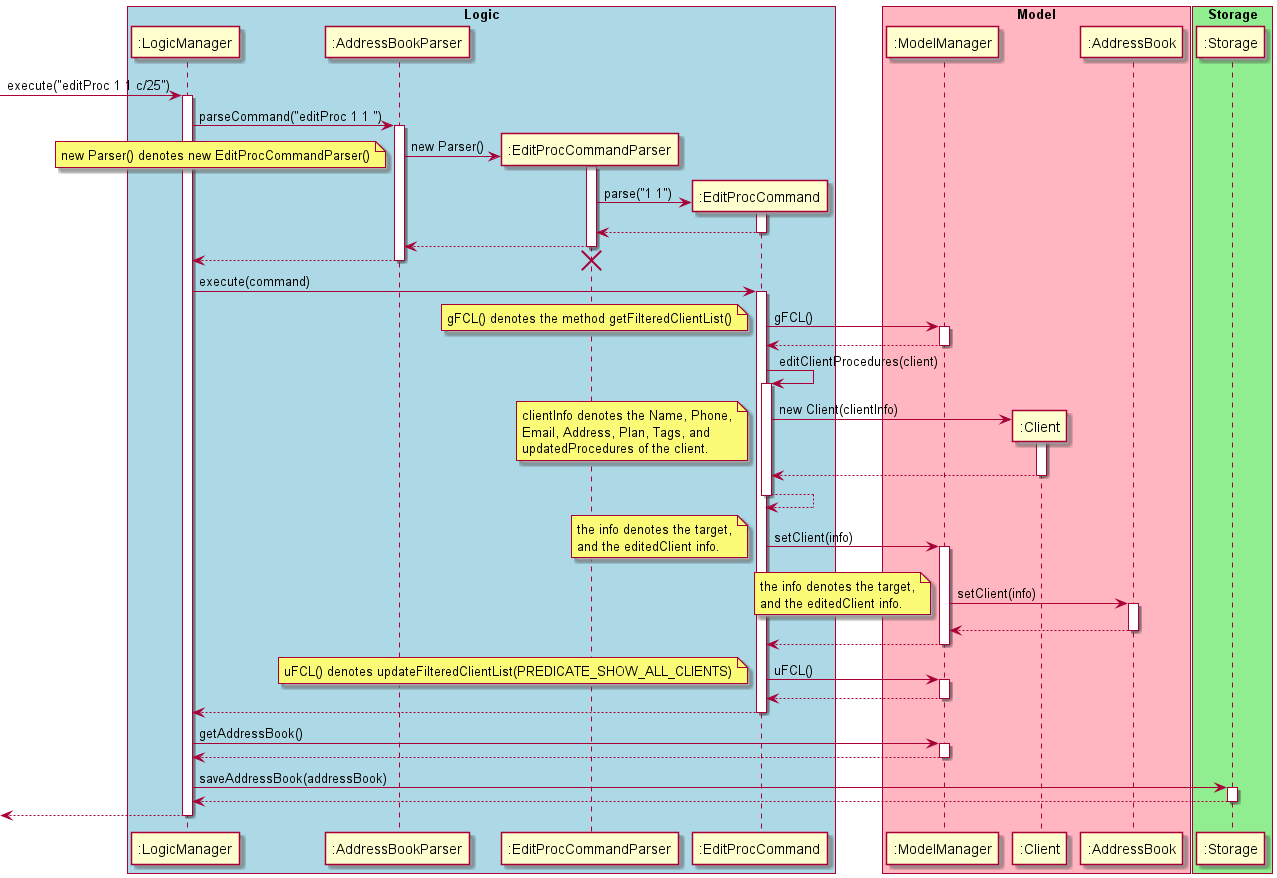
The PlantUML diagram docs/images/EditProcSequenceDiagram.png in robinrojh/tp, before a commit.
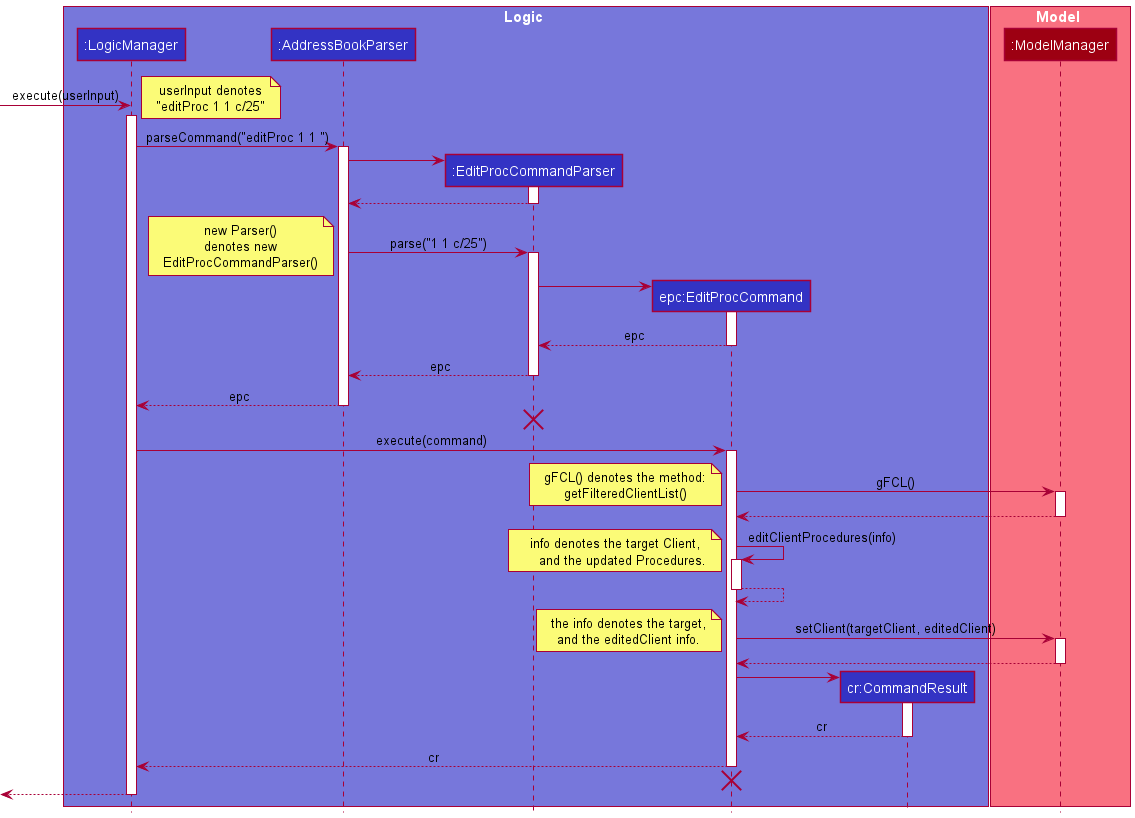
Above is the later version.

The edit, as a diff of the source:
```diff
@@ -1,98 +1,110 @@
 @startuml
+!include style.puml
+!define LOGIC_COLOR_T1 #7777DB
 
-box "Logic" #LightBlue
--> ":LogicManager" : execute("editProc 1 1 c/25")
-activate ":LogicManager"
-":LogicManager" -> ":AddressBookParser" : parseCommand("editProc 1 1 ")
-activate ":AddressBookParser"
+box Logic LOGIC_COLOR_T1
+participant ":LogicManager" as LogicManager LOGIC_COLOR
+participant ":AddressBookParser" as AddressBookParser LOGIC_COLOR
+participant ":EditProcCommandParser" as EditProcCommandParser LOGIC_COLOR
+participant "epc:EditProcCommand" as EditProcCommand LOGIC_COLOR
+participant "cr:CommandResult" as CommandResult LOGIC_COLOR
+end box
 
-create ":EditProcCommandParser"
-":AddressBookParser" -> ":EditProcCommandParser" : new Parser()
-activate ":EditProcCommandParser"
+box Model MODEL_COLOR_T1
+participant ":ModelManager" as ModelManager MODEL_COLOR
+end box
+
+create LogicManager
+-> LogicManager : execute(userInput)
 note left
-    new Parser() denotes new EditProcCommandParser()
+    userInput denotes
+    "editProc 1 1 c/25"
 end note
-deactivate ":EditProcCommandParser"
 
-create ":EditProcCommand"
-":EditProcCommandParser" -> ":EditProcCommand" : parse("1 1")
-activate ":EditProcCommand"
+activate LogicManager
+LogicManager -> AddressBookParser : parseCommand("editProc 1 1 ")
+activate AddressBookParser
 
-":EditProcCommand" --> ":EditProcCommandParser"
-deactivate ":EditProcCommand"
-":EditProcCommandParser" --> ":AddressBookParser"
-deactivate ":EditProcCommandParser"
-":AddressBookParser" --> ":LogicManager"
-destroy ":EditProcCommandParser"
-deactivate ":AddressBookParser"
-endbox
+create EditProcCommandParser
+AddressBookParser -> EditProcCommandParser
+activate EditProcCommandParser
+EditProcCommandParser --> AddressBookParser
+deactivate EditProcCommandParser
 
-box "Model" #LightPink
-":LogicManager" -> ":EditProcCommand" : execute(command)
-activate ":EditProcCommand"
-":EditProcCommand" -> ":ModelManager" : gFCL()
-activate ":ModelManager"
+AddressBookParser -> EditProcCommandParser : parse("1 1 c/25")
+activate EditProcCommandParser
+
+
 note left
-    gFCL() denotes the method getFilteredClientList()
+    new Parser()
+    denotes new
+    EditProcCommandParser()
 end note
-":ModelManager" --> ":EditProcCommand"
-deactivate ":ModelManager"
-":EditProcCommand" -> ":EditProcCommand" : editClientProcedures(client)
 
-activate ":EditProcCommand"
-create ":Client"
-":EditProcCommand" -> ":Client" : new Client(clientInfo)
-activate ":Client"
+
+create EditProcCommand
+EditProcCommandParser -> EditProcCommand
+
+activate EditProcCommand
+EditProcCommand --> EditProcCommandParser : epc
+deactivate EditProcCommand
+
+EditProcCommandParser --> AddressBookParser: epc
+deactivate EditProcCommandParser
+
+AddressBookParser --> LogicManager : epc
+deactivate AddressBookParser
+
+AddressBookParser -[hidden]-> LogicManager
+destroy EditProcCommandParser
+
+LogicManager -> EditProcCommand : execute(command)
+activate EditProcCommand
+
+EditProcCommand -> ModelManager : gFCL()
+activate ModelManager
+
 note left
-    clientInfo denotes the Name, Phone,
-    Email, Address, Plan, Tags, and
-    updatedProcedures of the client.
+    gFCL() denotes the method:
+    getFilteredClientList()
 end note
-":Client" --> ":EditProcCommand"
-deactivate ":Client"
-":EditProcCommand" --> ":EditProcCommand"
-deactivate ":EditProcCommand"
 
-":EditProcCommand" -> ":ModelManager" : setClient(info)
+ModelManager --> EditProcCommand
+deactivate ModelManager
+
+EditProcCommand -> EditProcCommand : editClientProcedures(info)
+note left
+    info denotes the target Client,
+        and the updated Procedures.
+end note
+activate EditProcCommand
+
+EditProcCommand --> EditProcCommand
+deactivate EditProcCommand
+
+EditProcCommand -> ModelManager : setClient(targetClient, editedClient)
 note left
     the info denotes the target,
     and the editedClient info.
 end note
-activate ":ModelManager"
-":ModelManager" -> ":AddressBook" : setClient(info)
-note left
-    the info denotes the target,
-    and the editedClient info.
-end note
-activate ":AddressBook"
-":AddressBook" --> ":ModelManager"
-deactivate ":AddressBook"
-":ModelManager" --> ":EditProcCommand"
-deactivate ":ModelManager"
-endbox
 
-box "Storage" #LightGreen
-":EditProcCommand" -> ":ModelManager" : uFCL()
-activate ":ModelManager"
-note left
-    uFCL() denotes updateFilteredClientList(PREDICATE_SHOW_ALL_CLIENTS)
-end note
-":ModelManager" --> ":EditProcCommand"
-deactivate ":ModelManager"
-":EditProcCommand" --> ":LogicManager"
-deactivate ":EditProcCommand"
+activate ModelManager
+ModelManager --> EditProcCommand
+deactivate ModelManager
 
-":LogicManager" -> ":ModelManager" : getAddressBook()
-activate ":ModelManager"
-":ModelManager" --> ":LogicManager"
-deactivate ":ModelManager"
+create CommandResult
+EditProcCommand -> CommandResult
+activate CommandResult
 
-":LogicManager" -> ":Storage" : saveAddressBook(addressBook)
-activate ":Storage"
-":Storage" --> ":LogicManager"
-deactivate ":Storage"
+CommandResult --> EditProcCommand : cr
+deactivate CommandResult
 
-<-- ":LogicManager"
-deactivate ":LogicManager"
-endbox
+EditProcCommand --> LogicManager: cr
+deactivate EditProcCommand
+
+EditProcCommand -[hidden]-> LogicManager
+destroy EditProcCommand
+
+<-- LogicManager
+deactivate LogicManager
 @enduml
```
